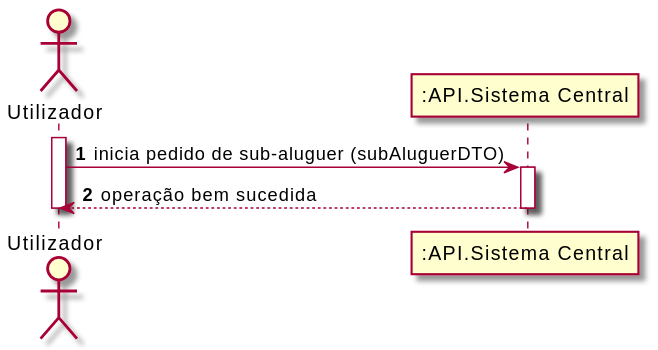
The PlantUML diagram Documentos/Sprint4/UC5/UC5_SSD.svg in UPskillDOTNET/Jakim-das-Coives-S.A., before a commit. Its diagram source:
```plantuml
@startuml
autonumber
actor "Utilizador" as User
participant ":API.Sistema Central" as API

activate User
User -> API : inicia pedido de sub-aluguer (subAluguerDTO)
activate API

API --> User : operação bem sucedida

deactivate API

deactivate User
@enduml
```
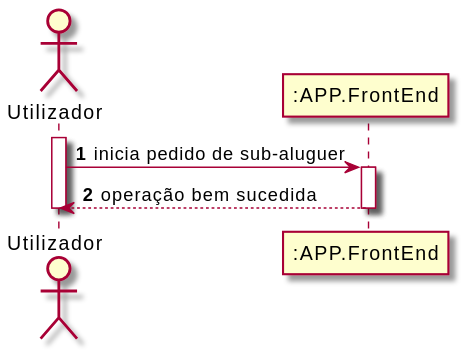
The same file after the commit.

Change to the diagram source:
```diff
@@ -1,15 +1,15 @@
 @startuml
 autonumber
 actor "Utilizador" as User
-participant ":API.Sistema Central" as API
+participant ":APP.FrontEnd" as FE
 
 activate User
-User -> API : inicia pedido de sub-aluguer (subAluguerDTO)
-activate API
+User -> FE : inicia pedido de sub-aluguer
+activate FE
 
-API --> User : operação bem sucedida
+FE --> User : operação bem sucedida
 
-deactivate API
+deactivate FE
 
 deactivate User
 @enduml
```
